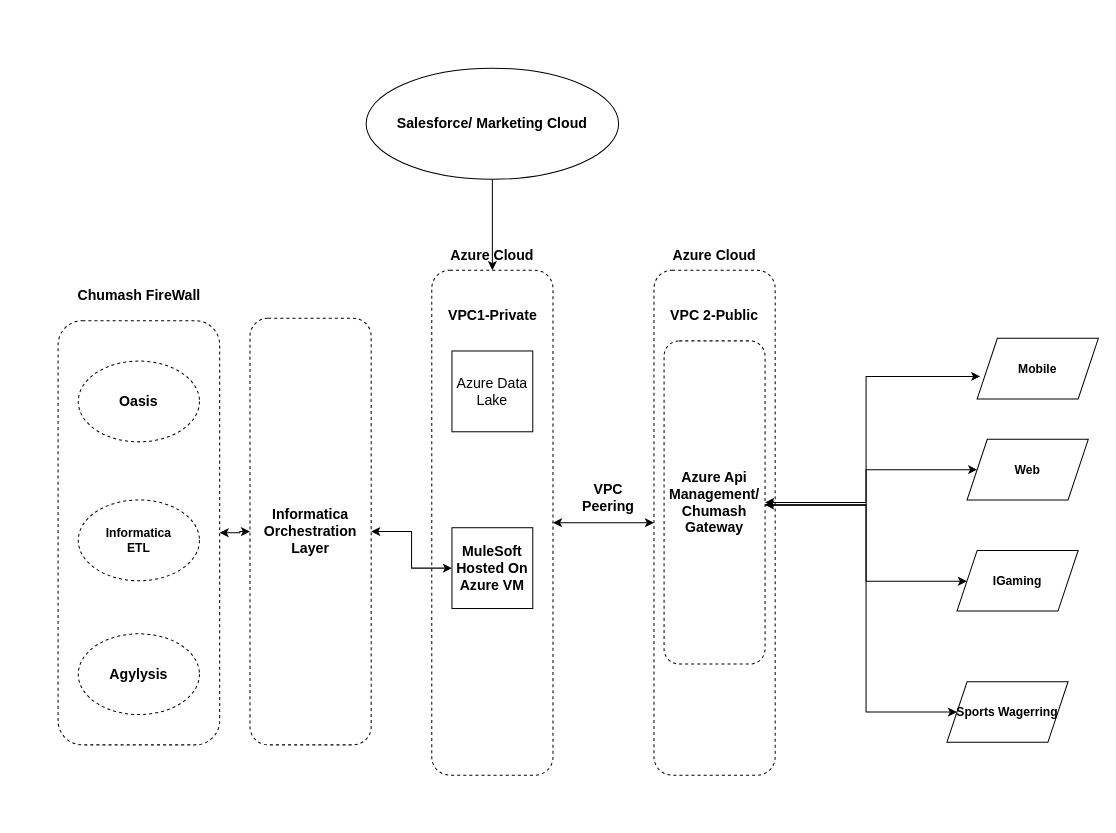
The draw.io diagram Chumash-Design.drawio in namanchopra21087/design-documents, before the edit. Source tidied: cells renumbered, new cells numbered last; positions are measured from the earlier drawing's top-left corner, leaving out a move shared by most shapes. Both pictures are drawn from the tidied source at 101%, with x=0, y=0 at pixel (58, 68).
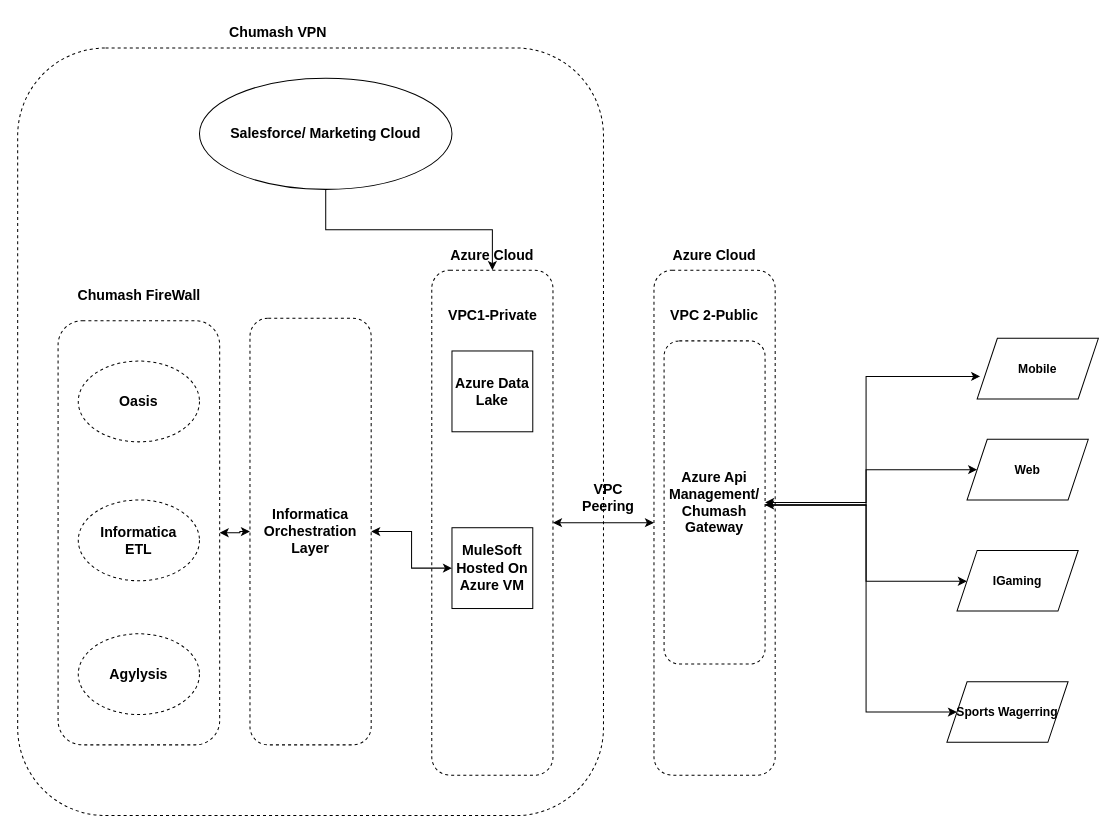
The same page after the edit.

Change to the diagram source:
```diff
@@
+    <mxCell id="31" style="rounded=1;whiteSpace=wrap;html=1;dashed=1;fontSize=14;" parent="1" vertex="1">
+      <mxGeometry x="-40" y="-20" width="580" height="760" as="geometry" />
+    </mxCell>
@@
-    <mxCell id="12" value="Informatica&lt;br&gt;ETL" style="ellipse;whiteSpace=wrap;html=1;dashed=1;fontStyle=1;" parent="1" vertex="1">
+    <mxCell id="12" value="&lt;font style=&quot;font-size: 14px&quot;&gt;Informatica&lt;br&gt;ETL&lt;/font&gt;" style="ellipse;whiteSpace=wrap;html=1;dashed=1;fontStyle=1;" parent="1" vertex="1">
       <mxGeometry x="20" y="427.5" width="120" height="80" as="geometry" />
     </mxCell>
@@
     <mxCell id="22" value="&lt;span&gt;&lt;font style=&quot;font-size: 14px&quot;&gt;Salesforce/ Marketing Cloud&lt;/font&gt;&lt;/span&gt;" style="ellipse;whiteSpace=wrap;html=1;fontStyle=1;" parent="1" vertex="1">
-      <mxGeometry x="305" width="250" height="110" as="geometry" />
+      <mxGeometry x="140" y="10" width="250" height="110" as="geometry" />
     </mxCell>
-    <mxCell id="23" value="Azure Data Lake" style="whiteSpace=wrap;html=1;fontSize=14;" parent="1" vertex="1">
+    <mxCell id="23" value="&lt;b&gt;Azure Data Lake&lt;/b&gt;" style="whiteSpace=wrap;html=1;fontSize=14;" parent="1" vertex="1">
       <mxGeometry x="390" y="280" width="80" height="80" as="geometry" />
     </mxCell>
@@
+    <mxCell id="32" value="&lt;b&gt;Chumash VPN&lt;/b&gt;" style="text;html=1;strokeColor=none;fillColor=none;align=center;verticalAlign=middle;whiteSpace=wrap;rounded=0;dashed=1;fontSize=14;" parent="1" vertex="1">
+      <mxGeometry x="152.5" y="-50" width="130" height="30" as="geometry" />
+    </mxCell>
```
